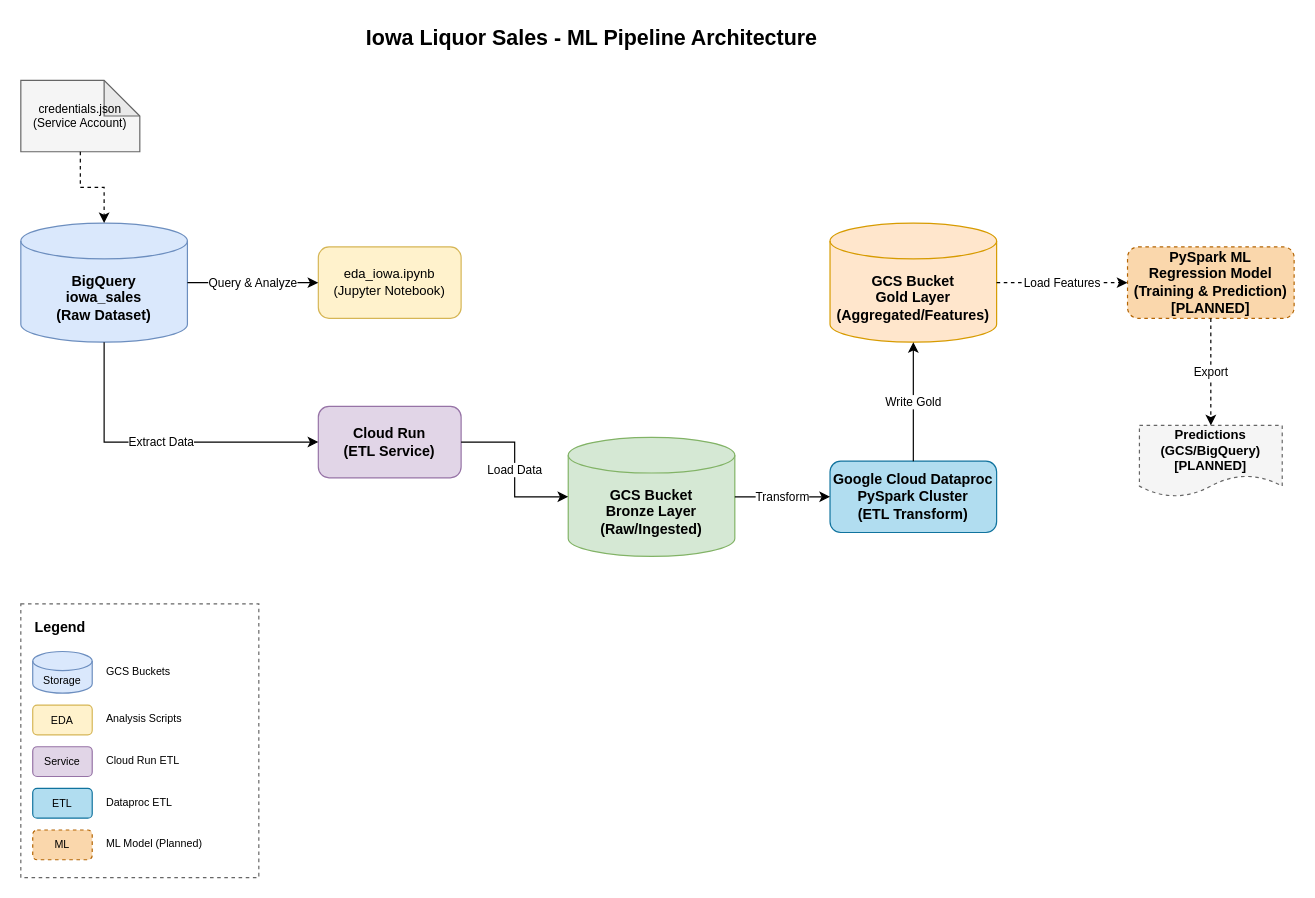
Before: src/infra/architecture/iowa-liquor-sales-ml-pipeline-architecture.drawio in LuisGuillen03/ML-BigData, a draw.io diagram. Source tidied: cells renumbered, new cells numbered last; positions are measured from the earlier drawing's top-left corner, leaving out a move shared by most shapes. Both pictures are drawn from the tidied source at 119%, with x=0, y=0 at pixel (20, 20).
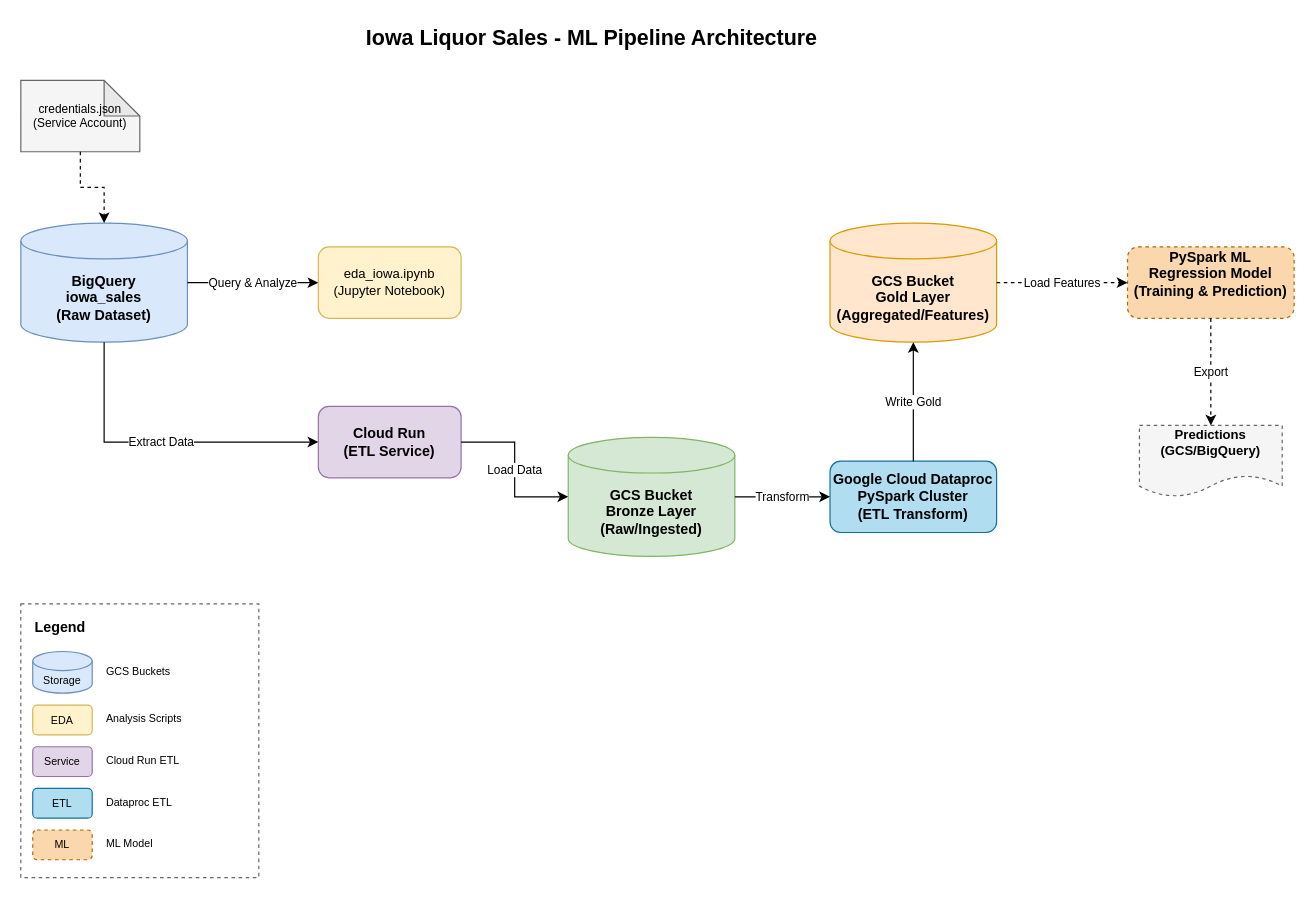
Above is the later version.

Commit message (it also covers changes not shown here):
docs: Remove 'Planned' labels from ML model and predictions in architecture diagram to reflect current project status and improve clarity.

The edit, as a diff of the source:
```diff
@@
-    <mxCell id="13" value="PySpark ML&#10;Regression Model&#10;(Training &amp; Prediction)&#10;[PLANNED]" style="rounded=1;whiteSpace=wrap;html=1;fillColor=#fad7ac;strokeColor=#b46504;fontSize=12;fontStyle=1;dashed=1;" parent="1" vertex="1">
+    <mxCell id="13" value="PySpark ML&#10;Regression Model&#10;(Training &amp; Prediction)&#10;" style="rounded=1;whiteSpace=wrap;html=1;fillColor=#fad7ac;strokeColor=#b46504;fontSize=12;fontStyle=1;dashed=1;" parent="1" vertex="1">
       <mxGeometry x="930" y="190" width="140" height="60" as="geometry" />
     </mxCell>
@@
-    <mxCell id="15" value="Predictions&#10;(GCS/BigQuery)&#10;[PLANNED]" style="shape=document;whiteSpace=wrap;html=1;boundedLbl=1;fillColor=#f5f5f5;strokeColor=#666666;fontSize=11;fontStyle=1;dashed=1;" parent="1" vertex="1">
+    <mxCell id="15" value="Predictions&#10;(GCS/BigQuery)&#10;" style="shape=document;whiteSpace=wrap;html=1;boundedLbl=1;fillColor=#f5f5f5;strokeColor=#666666;fontSize=11;fontStyle=1;dashed=1;" parent="1" vertex="1">
       <mxGeometry x="940" y="340" width="120" height="60" as="geometry" />
     </mxCell>
@@
-    <mxCell id="31" value="ML Model (Planned)" style="text;html=1;strokeColor=none;fillColor=none;align=left;verticalAlign=middle;whiteSpace=wrap;rounded=0;fontSize=9;" parent="1" vertex="1">
+    <mxCell id="31" value="ML Model" style="text;html=1;strokeColor=none;fillColor=none;align=left;verticalAlign=middle;whiteSpace=wrap;rounded=0;fontSize=9;" parent="1" vertex="1">
       <mxGeometry x="70" y="682" width="100" height="20" as="geometry" />
     </mxCell>
```
